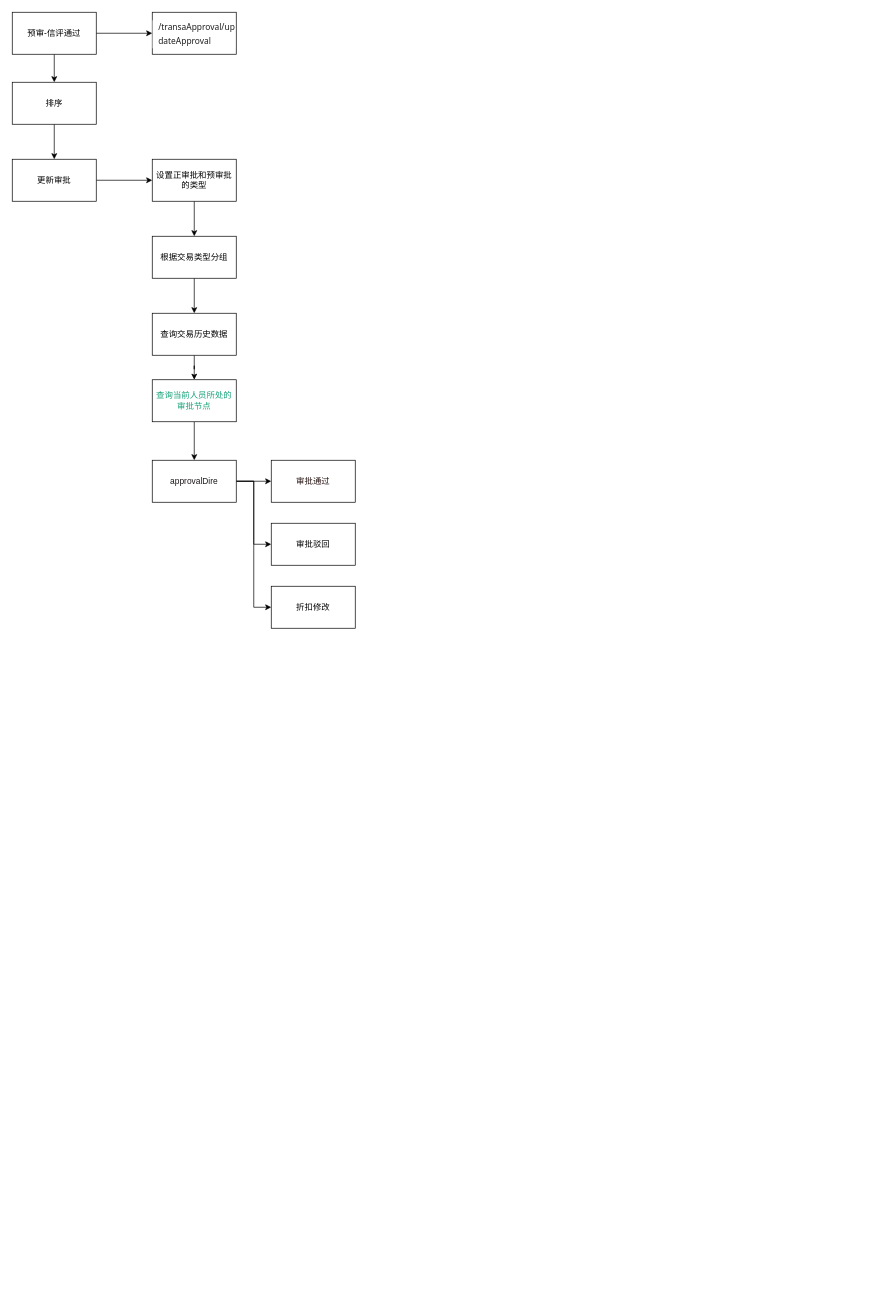
This is 预审-信评审批.drawio from CrazyDBug/draw, a draw.io file, before an edit. Source tidied: cells renumbered, new cells numbered last; positions are measured from the earlier drawing's top-left corner, leaving out a move shared by most shapes. Both pictures are drawn from the tidied source at 70%, with x=0, y=0 at pixel (12, 12).
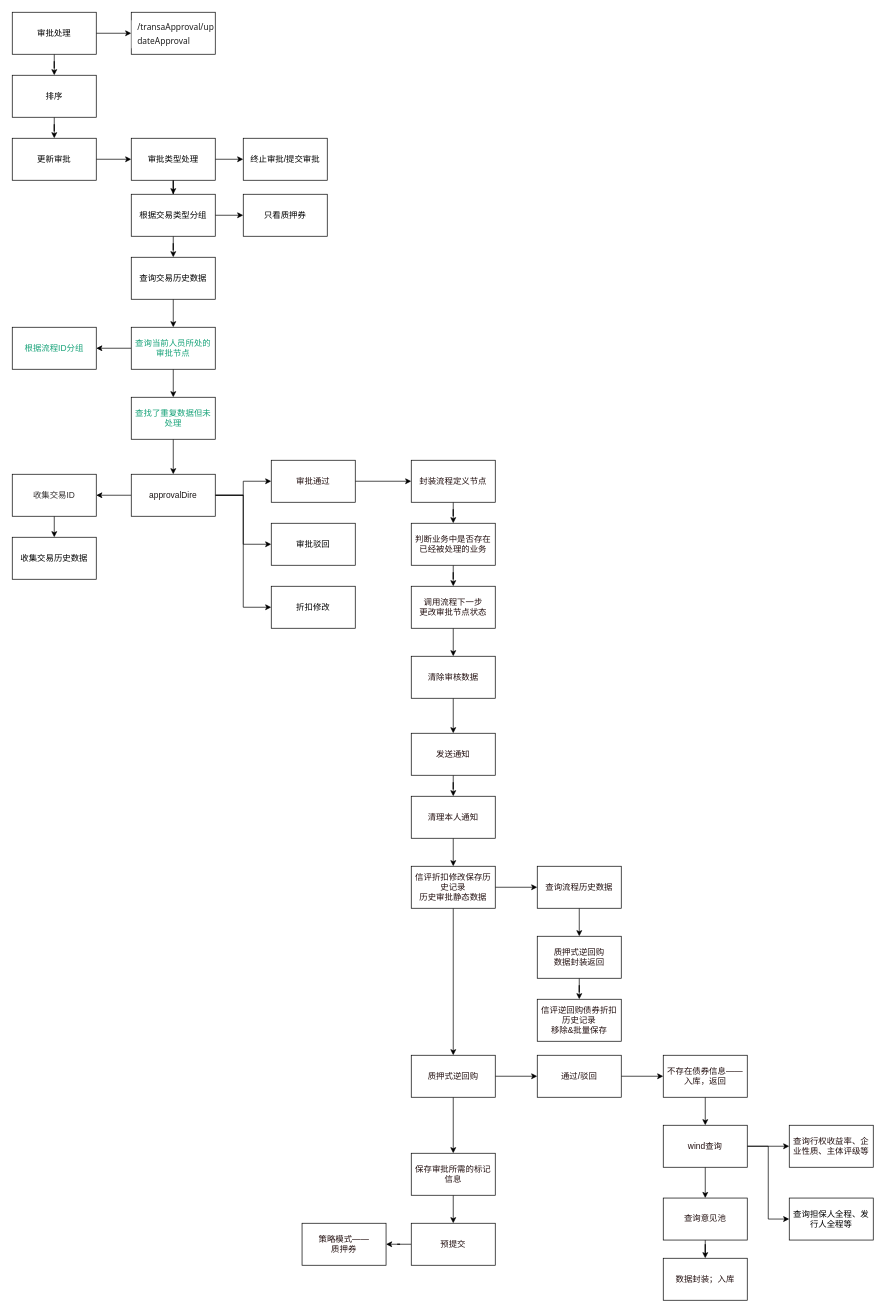
The same diagram, later.

Commit message:
更新预审-信评审批.drawio

Unchanged cells that the change refers to:
```xml
<mxCell id="22" value="审批通过" style="whiteSpace=wrap;html=1;fontColor=light-dark(#231010, #ededed);rounded=0;" parent="1" vertex="1">
  <mxGeometry x="370" y="640" width="120" height="60" as="geometry" />
</mxCell>
```

Change to the diagram source:
```diff
@@
-    <mxCell id="4" value="预审-信评通过" style="rounded=0;whiteSpace=wrap;html=1;" parent="1" vertex="1">
+    <mxCell id="4" value="审批处理" style="rounded=0;whiteSpace=wrap;html=1;" parent="1" vertex="1">
       <mxGeometry width="120" height="60" as="geometry" />
     </mxCell>
     <mxCell id="5" value="&lt;div style=&quot;display: flex; line-height: 20px; padding-left: 8px; gap: 12px; user-select: text; margin-top: 2px; color: rgb(31, 31, 31); font-family: system-ui, sans-serif; text-align: start; background-color: rgb(255, 255, 255);&quot; class=&quot;row&quot;&gt;&lt;div style=&quot;word-break: break-all; display: flex; align-items: center; gap: 2px;&quot; class=&quot;header-value&quot;&gt;/transaApproval/updateApproval&lt;/div&gt;&lt;/div&gt;" style="whiteSpace=wrap;html=1;rounded=0;" parent="1" vertex="1">
-      <mxGeometry x="200" width="120" height="60" as="geometry" />
+      <mxGeometry x="170" width="120" height="60" as="geometry" />
     </mxCell>
@@
     <mxCell id="7" value="排序" style="whiteSpace=wrap;html=1;rounded=0;" parent="1" vertex="1">
-      <mxGeometry y="100" width="120" height="60" as="geometry" />
+      <mxGeometry y="90" width="120" height="60" as="geometry" />
     </mxCell>
@@
     <mxCell id="9" value="更新审批" style="whiteSpace=wrap;html=1;rounded=0;" parent="1" vertex="1">
-      <mxGeometry y="210" width="120" height="60" as="geometry" />
+      <mxGeometry y="180" width="120" height="60" as="geometry" />
     </mxCell>
@@
+    <mxCell id="25" style="edgeStyle=orthogonalEdgeStyle;rounded=0;jettySize=auto;html=1;" parent="1" edge="1" source="11" target="31">
+      <mxGeometry relative="1" as="geometry" />
+    </mxCell>
-    <mxCell id="11" value="设置正审批和预审批的类型" style="whiteSpace=wrap;html=1;rounded=0;" parent="1" vertex="1">
-      <mxGeometry x="200" y="210" width="120" height="60" as="geometry" />
+    <mxCell id="11" value="审批类型处理" style="whiteSpace=wrap;html=1;rounded=0;" parent="1" vertex="1">
+      <mxGeometry x="170" y="180" width="120" height="60" as="geometry" />
     </mxCell>
@@
+    <mxCell id="26" style="edgeStyle=orthogonalEdgeStyle;rounded=0;jettySize=auto;html=1;" parent="1" edge="1" source="13" target="32">
+      <mxGeometry relative="1" as="geometry" />
+    </mxCell>
     <mxCell id="13" value="根据交易类型分组" style="whiteSpace=wrap;html=1;rounded=0;" parent="1" vertex="1">
-      <mxGeometry x="200" y="320" width="120" height="60" as="geometry" />
+      <mxGeometry x="170" y="260" width="120" height="60" as="geometry" />
     </mxCell>
@@
     <mxCell id="15" value="查询交易历史数据" style="whiteSpace=wrap;html=1;rounded=0;" parent="1" vertex="1">
-      <mxGeometry x="200" y="430" width="120" height="60" as="geometry" />
+      <mxGeometry x="170" y="350" width="120" height="60" as="geometry" />
     </mxCell>
-    <mxCell id="16" style="edgeStyle=orthogonalEdgeStyle;rounded=0;jettySize=auto;html=1;" parent="1" edge="1" source="17" target="21">
-      <mxGeometry relative="1" as="geometry" />
-    </mxCell>
+    <mxCell id="27" style="edgeStyle=orthogonalEdgeStyle;rounded=0;jettySize=auto;html=1;" parent="1" edge="1" source="17" target="33">
+      <mxGeometry relative="1" as="geometry" />
+    </mxCell>
+    <mxCell id="28" style="edgeStyle=orthogonalEdgeStyle;rounded=0;jettySize=auto;html=1;" parent="1" edge="1" source="17" target="35">
+      <mxGeometry relative="1" as="geometry" />
+    </mxCell>
     <mxCell id="17" value="查询当前人员所处的审批节点" style="whiteSpace=wrap;html=1;rounded=0;fontColor=light-dark(#16a278, #ededed);" parent="1" vertex="1">
-      <mxGeometry x="200" y="525" width="120" height="60" as="geometry" />
+      <mxGeometry x="170" y="450" width="120" height="60" as="geometry" />
     </mxCell>
@@
+    <mxCell id="29" style="edgeStyle=orthogonalEdgeStyle;rounded=0;jettySize=auto;html=1;" parent="1" edge="1" source="21" target="37">
+      <mxGeometry relative="1" as="geometry" />
+    </mxCell>
     <mxCell id="21" value="&lt;font style=&quot;color: light-dark(rgb(28, 23, 23), rgb(237, 237, 237));&quot;&gt;approvalDire&lt;/font&gt;" style="whiteSpace=wrap;html=1;fontColor=light-dark(#16a278, #ededed);rounded=0;" parent="1" vertex="1">
-      <mxGeometry x="200" y="640" width="120" height="60" as="geometry" />
+      <mxGeometry x="170" y="660" width="120" height="60" as="geometry" />
     </mxCell>
+    <mxCell id="30" style="edgeStyle=orthogonalEdgeStyle;rounded=0;jettySize=auto;html=1;" parent="1" edge="1" source="22" target="40">
+      <mxGeometry relative="1" as="geometry" />
+    </mxCell>
@@
+    <mxCell id="31" value="终止审批/提交审批" style="whiteSpace=wrap;html=1;rounded=0;" parent="1" vertex="1">
+      <mxGeometry x="330" y="180" width="120" height="60" as="geometry" />
+    </mxCell>
+    <mxCell id="32" value="只看质押券" style="whiteSpace=wrap;html=1;rounded=0;" parent="1" vertex="1">
+      <mxGeometry x="330" y="260" width="120" height="60" as="geometry" />
+    </mxCell>
+    <mxCell id="33" value="根据流程ID分组" style="whiteSpace=wrap;html=1;fontColor=light-dark(#16a278, #ededed);rounded=0;" parent="1" vertex="1">
+      <mxGeometry y="450" width="120" height="60" as="geometry" />
+    </mxCell>
+    <mxCell id="34" style="edgeStyle=orthogonalEdgeStyle;rounded=0;jettySize=auto;html=1;exitX=0.5;exitY=1;exitDx=0;exitDy=0;entryX=0.5;entryY=0;entryDx=0;entryDy=0;" parent="1" edge="1" source="35" target="21">
+      <mxGeometry relative="1" as="geometry" />
+    </mxCell>
+    <mxCell id="35" value="查找了重复数据但未处理" style="whiteSpace=wrap;html=1;fontColor=light-dark(#16a278, #ededed);rounded=0;" parent="1" vertex="1">
+      <mxGeometry x="170" y="550" width="120" height="60" as="geometry" />
+    </mxCell>
+    <mxCell id="36" style="edgeStyle=orthogonalEdgeStyle;rounded=0;jettySize=auto;html=1;exitX=0.5;exitY=1;exitDx=0;exitDy=0;entryX=0.5;entryY=0;entryDx=0;entryDy=0;" parent="1" edge="1" source="37" target="38">
+      <mxGeometry relative="1" as="geometry" />
+    </mxCell>
+    <mxCell id="37" value="收集交易ID" style="whiteSpace=wrap;html=1;fontColor=light-dark(#322f2f, #ededed);rounded=0;" parent="1" vertex="1">
+      <mxGeometry y="660" width="120" height="60" as="geometry" />
+    </mxCell>
+    <mxCell id="38" value="收集交易历史数据" style="rounded=0;whiteSpace=wrap;html=1;" parent="1" vertex="1">
+      <mxGeometry y="750" width="120" height="60" as="geometry" />
+    </mxCell>
+    <mxCell id="39" style="edgeStyle=orthogonalEdgeStyle;rounded=0;jettySize=auto;html=1;" parent="1" edge="1" source="40" target="42">
+      <mxGeometry relative="1" as="geometry" />
+    </mxCell>
+    <mxCell id="40" value="封装流程定义节点" style="whiteSpace=wrap;html=1;fontColor=light-dark(#231010, #ededed);rounded=0;" parent="1" vertex="1">
+      <mxGeometry x="570" y="640" width="120" height="60" as="geometry" />
+    </mxCell>
+    <mxCell id="41" style="edgeStyle=orthogonalEdgeStyle;rounded=0;jettySize=auto;html=1;" parent="1" edge="1" source="42" target="44">
+      <mxGeometry relative="1" as="geometry" />
+    </mxCell>
+    <mxCell id="42" value="判断业务中是否存在已经被处理的业务" style="whiteSpace=wrap;html=1;fontColor=light-dark(#231010, #ededed);rounded=0;" parent="1" vertex="1">
+      <mxGeometry x="570" y="730" width="120" height="60" as="geometry" />
+    </mxCell>
+    <mxCell id="43" style="edgeStyle=orthogonalEdgeStyle;rounded=0;jettySize=auto;html=1;" parent="1" edge="1" source="44" target="46">
+      <mxGeometry relative="1" as="geometry" />
+    </mxCell>
+    <mxCell id="44" value="调用流程下一步&lt;div&gt;更改审批节点状态&lt;/div&gt;" style="whiteSpace=wrap;html=1;fontColor=light-dark(#231010, #ededed);rounded=0;" parent="1" vertex="1">
+      <mxGeometry x="570" y="820" width="120" height="60" as="geometry" />
+    </mxCell>
+    <mxCell id="45" style="edgeStyle=orthogonalEdgeStyle;rounded=0;jettySize=auto;html=1;" parent="1" edge="1" source="46" target="48">
+      <mxGeometry relative="1" as="geometry" />
+    </mxCell>
+    <mxCell id="46" value="清除审核数据" style="whiteSpace=wrap;html=1;fontColor=light-dark(#231010, #ededed);rounded=0;" parent="1" vertex="1">
+      <mxGeometry x="570" y="920" width="120" height="60" as="geometry" />
+    </mxCell>
+    <mxCell id="47" style="edgeStyle=orthogonalEdgeStyle;rounded=0;jettySize=auto;html=1;" parent="1" edge="1" source="48" target="50">
+      <mxGeometry relative="1" as="geometry" />
+    </mxCell>
+    <mxCell id="48" value="发送通知" style="whiteSpace=wrap;html=1;fontColor=light-dark(#231010, #ededed);rounded=0;" parent="1" vertex="1">
+      <mxGeometry x="570" y="1030" width="120" height="60" as="geometry" />
+    </mxCell>
+    <mxCell id="49" style="edgeStyle=orthogonalEdgeStyle;rounded=0;jettySize=auto;html=1;" parent="1" edge="1" source="50" target="53">
+      <mxGeometry relative="1" as="geometry" />
+    </mxCell>
+    <mxCell id="50" value="清理本人通知" style="whiteSpace=wrap;html=1;fontColor=light-dark(#231010, #ededed);rounded=0;" parent="1" vertex="1">
+      <mxGeometry x="570" y="1120" width="120" height="60" as="geometry" />
+    </mxCell>
+    <mxCell id="51" style="edgeStyle=orthogonalEdgeStyle;rounded=0;jettySize=auto;html=1;" parent="1" edge="1" source="53" target="55">
+      <mxGeometry relative="1" as="geometry" />
+    </mxCell>
+    <mxCell id="52" style="edgeStyle=orthogonalEdgeStyle;rounded=0;jettySize=auto;html=1;" parent="1" edge="1" source="53" target="61">
+      <mxGeometry relative="1" as="geometry" />
+    </mxCell>
+    <mxCell id="53" value="信评折扣修改保存历史记录&lt;div&gt;历史审批静态数据&lt;/div&gt;" style="whiteSpace=wrap;html=1;fontColor=light-dark(#231010, #ededed);rounded=0;" parent="1" vertex="1">
+      <mxGeometry x="570" y="1220" width="120" height="60" as="geometry" />
+    </mxCell>
+    <mxCell id="54" style="edgeStyle=orthogonalEdgeStyle;rounded=0;jettySize=auto;html=1;" parent="1" edge="1" source="55" target="57">
+      <mxGeometry relative="1" as="geometry" />
+    </mxCell>
+    <mxCell id="55" value="查询流程历史数据" style="whiteSpace=wrap;html=1;fontColor=light-dark(#231010, #ededed);rounded=0;" parent="1" vertex="1">
+      <mxGeometry x="750" y="1220" width="120" height="60" as="geometry" />
+    </mxCell>
+    <mxCell id="56" style="edgeStyle=orthogonalEdgeStyle;rounded=0;jettySize=auto;html=1;" parent="1" edge="1" source="57" target="58">
+      <mxGeometry relative="1" as="geometry" />
+    </mxCell>
+    <mxCell id="57" value="质押式逆回购&lt;div&gt;数据封装返回&lt;/div&gt;" style="whiteSpace=wrap;html=1;fontColor=light-dark(#231010, #ededed);rounded=0;" parent="1" vertex="1">
+      <mxGeometry x="750" y="1320" width="120" height="60" as="geometry" />
+    </mxCell>
+    <mxCell id="58" value="信评逆回购债券折扣历史记录&lt;div&gt;移除&amp;amp;批量保存&lt;/div&gt;" style="whiteSpace=wrap;html=1;fontColor=light-dark(#231010, #ededed);rounded=0;" parent="1" vertex="1">
+      <mxGeometry x="750" y="1410" width="120" height="60" as="geometry" />
+    </mxCell>
+    <mxCell id="59" style="edgeStyle=orthogonalEdgeStyle;rounded=0;jettySize=auto;html=1;" parent="1" edge="1" source="61" target="63">
+      <mxGeometry relative="1" as="geometry" />
+    </mxCell>
+    <mxCell id="60" style="edgeStyle=orthogonalEdgeStyle;rounded=0;jettySize=auto;html=1;" parent="1" edge="1" source="61" target="76">
+      <mxGeometry relative="1" as="geometry" />
+    </mxCell>
+    <mxCell id="61" value="质押式逆回购" style="whiteSpace=wrap;html=1;fontColor=light-dark(#231010, #ededed);rounded=0;" parent="1" vertex="1">
+      <mxGeometry x="570" y="1490" width="120" height="60" as="geometry" />
+    </mxCell>
+    <mxCell id="62" style="edgeStyle=orthogonalEdgeStyle;rounded=0;jettySize=auto;html=1;" parent="1" edge="1" source="63" target="65">
+      <mxGeometry relative="1" as="geometry" />
+    </mxCell>
+    <mxCell id="63" value="通过/驳回" style="whiteSpace=wrap;html=1;fontColor=light-dark(#231010, #ededed);rounded=0;" parent="1" vertex="1">
+      <mxGeometry x="750" y="1490" width="120" height="60" as="geometry" />
+    </mxCell>
+    <mxCell id="64" style="edgeStyle=orthogonalEdgeStyle;rounded=0;jettySize=auto;html=1;" parent="1" edge="1" source="65" target="69">
+      <mxGeometry relative="1" as="geometry" />
+    </mxCell>
+    <mxCell id="65" value="不存在债券信息——入库，返回" style="whiteSpace=wrap;html=1;fontColor=light-dark(#231010, #ededed);rounded=0;" parent="1" vertex="1">
+      <mxGeometry x="930" y="1490" width="120" height="60" as="geometry" />
+    </mxCell>
+    <mxCell id="66" style="edgeStyle=orthogonalEdgeStyle;rounded=0;jettySize=auto;html=1;" parent="1" edge="1" source="69" target="70">
+      <mxGeometry relative="1" as="geometry" />
+    </mxCell>
+    <mxCell id="67" style="edgeStyle=orthogonalEdgeStyle;rounded=0;jettySize=auto;html=1;" parent="1" edge="1" source="69" target="72">
+      <mxGeometry relative="1" as="geometry" />
+    </mxCell>
+    <mxCell id="68" style="edgeStyle=orthogonalEdgeStyle;rounded=0;jettySize=auto;html=1;exitX=1;exitY=0.5;exitDx=0;exitDy=0;entryX=0;entryY=0.5;entryDx=0;entryDy=0;" parent="1" edge="1" source="69" target="73">
+      <mxGeometry relative="1" as="geometry" />
+    </mxCell>
+    <mxCell id="69" value="wind查询" style="whiteSpace=wrap;html=1;fontColor=light-dark(#231010, #ededed);rounded=0;" parent="1" vertex="1">
+      <mxGeometry x="930" y="1590" width="120" height="60" as="geometry" />
+    </mxCell>
+    <mxCell id="70" value="查询行权收益率、企业性质、主体评级等" style="whiteSpace=wrap;html=1;fontColor=light-dark(#231010, #ededed);rounded=0;" parent="1" vertex="1">
+      <mxGeometry x="1110" y="1590" width="120" height="60" as="geometry" />
+    </mxCell>
+    <mxCell id="71" style="edgeStyle=orthogonalEdgeStyle;rounded=0;jettySize=auto;html=1;" parent="1" edge="1" source="72" target="74">
+      <mxGeometry relative="1" as="geometry" />
+    </mxCell>
+    <mxCell id="72" value="查询意见池" style="whiteSpace=wrap;html=1;fontColor=light-dark(#231010, #ededed);rounded=0;" parent="1" vertex="1">
+      <mxGeometry x="930" y="1694" width="120" height="60" as="geometry" />
+    </mxCell>
+    <mxCell id="73" value="查询担保人全程、发行人全程等" style="rounded=0;whiteSpace=wrap;html=1;" parent="1" vertex="1">
+      <mxGeometry x="1110" y="1694" width="120" height="60" as="geometry" />
+    </mxCell>
+    <mxCell id="74" value="数据封装；入库" style="whiteSpace=wrap;html=1;fontColor=light-dark(#231010, #ededed);rounded=0;" parent="1" vertex="1">
+      <mxGeometry x="930" y="1780" width="120" height="60" as="geometry" />
+    </mxCell>
+    <mxCell id="75" style="edgeStyle=orthogonalEdgeStyle;rounded=0;jettySize=auto;html=1;" parent="1" edge="1" source="76" target="78">
+      <mxGeometry relative="1" as="geometry" />
+    </mxCell>
+    <mxCell id="76" value="保存审批所需的标记信息" style="whiteSpace=wrap;html=1;fontColor=light-dark(#231010, #ededed);rounded=0;" parent="1" vertex="1">
+      <mxGeometry x="570" y="1630" width="120" height="60" as="geometry" />
+    </mxCell>
+    <mxCell id="77" style="edgeStyle=orthogonalEdgeStyle;rounded=0;jettySize=auto;html=1;" parent="1" edge="1" source="78" target="79">
+      <mxGeometry relative="1" as="geometry" />
+    </mxCell>
+    <mxCell id="78" value="预提交" style="whiteSpace=wrap;html=1;fontColor=light-dark(#231010, #ededed);rounded=0;" parent="1" vertex="1">
+      <mxGeometry x="570" y="1730" width="120" height="60" as="geometry" />
+    </mxCell>
+    <mxCell id="79" value="策略模式——&lt;div&gt;质押券&lt;/div&gt;" style="whiteSpace=wrap;html=1;fontColor=light-dark(#231010, #ededed);rounded=0;" parent="1" vertex="1">
+      <mxGeometry x="414" y="1730" width="120" height="60" as="geometry" />
+    </mxCell>
```
